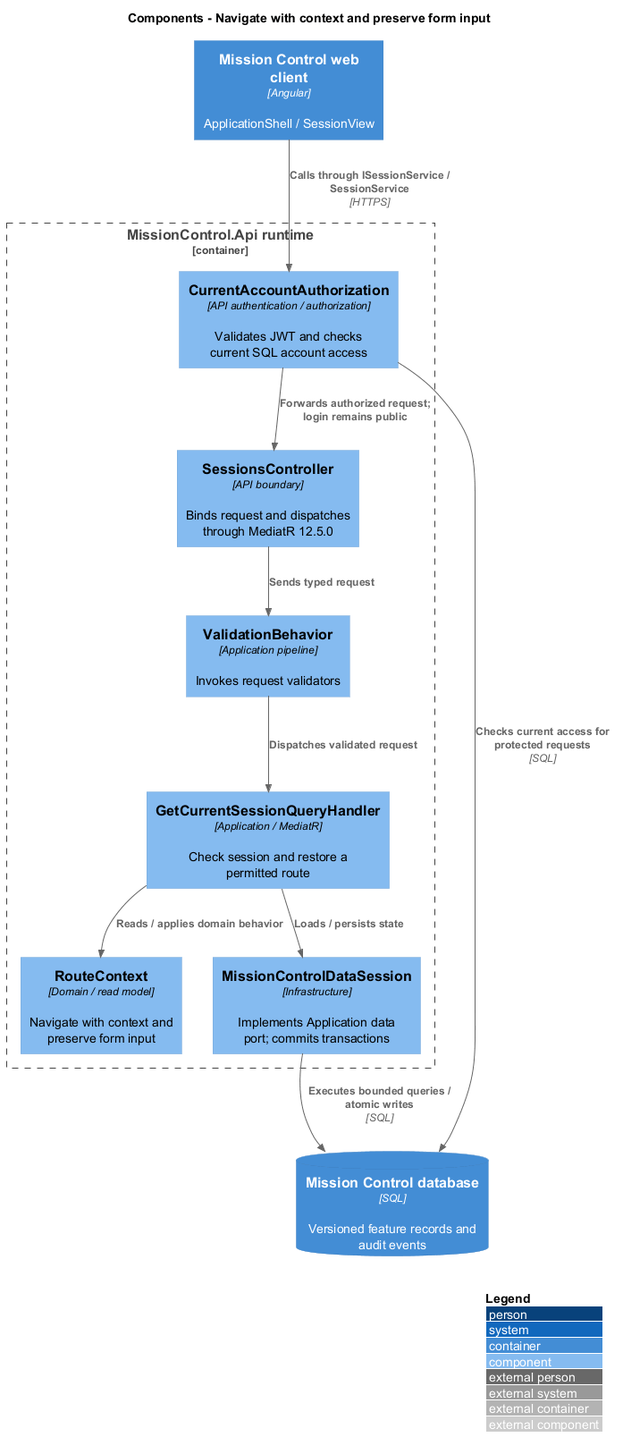
The PlantUML diagram docs/detailed-designs/workspace/navigate-and-recover-input/diagrams/c4-component.png in QuinntyneBrown/mission-control, before a commit.
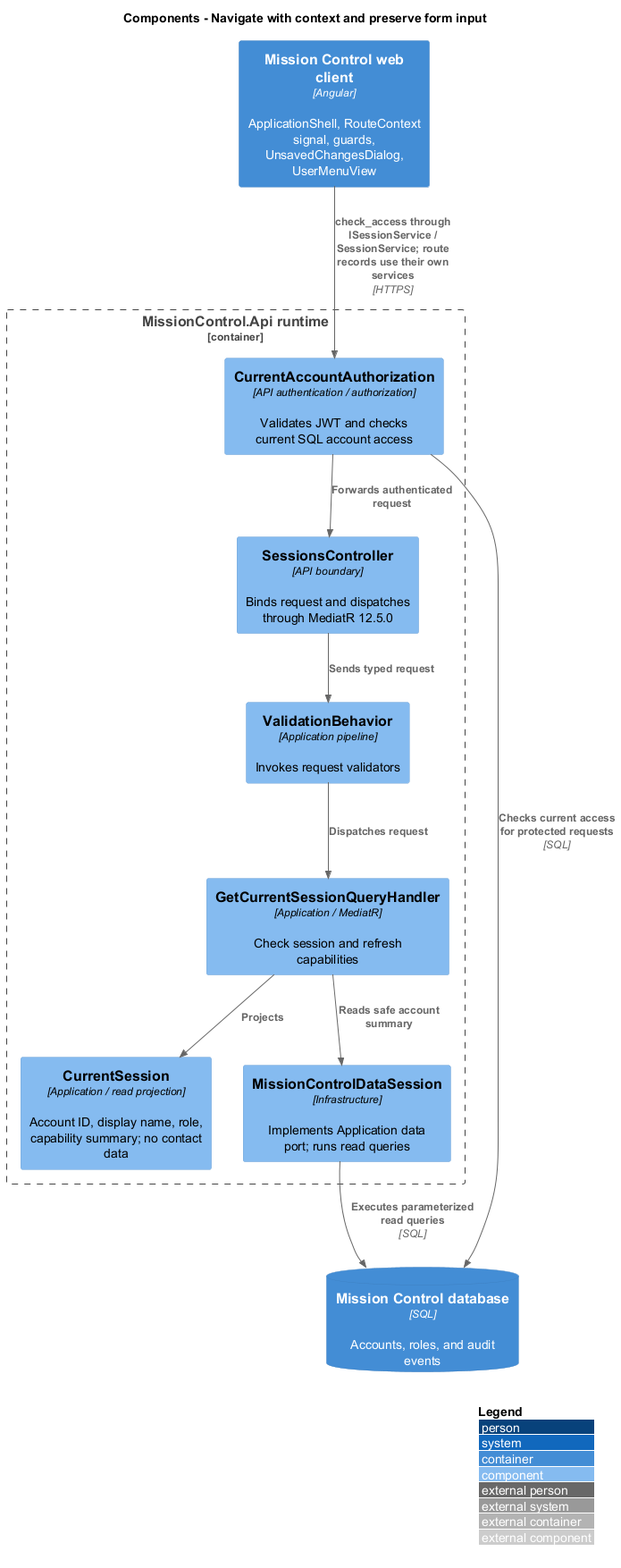
After the commit.

What changed in the source:
```diff
@@ -2,22 +2,22 @@
 !include <C4/C4_Component>
 LAYOUT_WITH_LEGEND()
 title Components - Navigate with context and preserve form input
-Container(web, "Mission Control web client", "Angular", "ApplicationShell / SessionView")
-ContainerDb(db, "Mission Control database", "SQL", "Versioned feature records and audit events")
+Container(web, "Mission Control web client", "Angular", "ApplicationShell, RouteContext signal, guards, UnsavedChangesDialog, UserMenuView")
+ContainerDb(db, "Mission Control database", "SQL", "Accounts, roles, and audit events")
 Container_Boundary(api, "MissionControl.Api runtime") {
   Component(ctrl, "SessionsController", "API boundary", "Binds request and dispatches through MediatR 12.5.0")
   Component(access, "CurrentAccountAuthorization", "API authentication / authorization", "Validates JWT and checks current SQL account access")
   Component(validation, "ValidationBehavior", "Application pipeline", "Invokes request validators")
-  Component(entity, "RouteContext", "Domain / read model", "Navigate with context and preserve form input")
-  Component(store, "MissionControlDataSession", "Infrastructure", "Implements Application data port; commits transactions")
-Rel(web, access, "Calls through ISessionService / SessionService", "HTTPS")
+  Component(entity, "CurrentSession", "Application / read projection", "Account ID, display name, role, capability summary; no contact data")
+  Component(store, "MissionControlDataSession", "Infrastructure", "Implements Application data port; runs read queries")
+Rel(web, access, "check_access through ISessionService / SessionService; route records use their own services", "HTTPS")
 Rel(access, db, "Checks current access for protected requests", "SQL")
-Rel(access, ctrl, "Forwards authorized request; login remains public")
+Rel(access, ctrl, "Forwards authenticated request")
 Rel(ctrl, validation, "Sends typed request")
-Component(h0, "GetCurrentSessionQueryHandler", "Application / MediatR", "Check session and restore a permitted route")
-Rel(validation, h0, "Dispatches validated request")
-Rel(h0, entity, "Reads / applies domain behavior")
-Rel(h0, store, "Loads / persists state")
+Component(h0, "GetCurrentSessionQueryHandler", "Application / MediatR", "Check session and refresh capabilities")
+Rel(validation, h0, "Dispatches request")
+Rel(h0, entity, "Projects")
+Rel(h0, store, "Reads safe account summary")
 }
-Rel(store, db, "Executes bounded queries / atomic writes", "SQL")
+Rel(store, db, "Executes parameterized read queries", "SQL")
 @enduml
```
